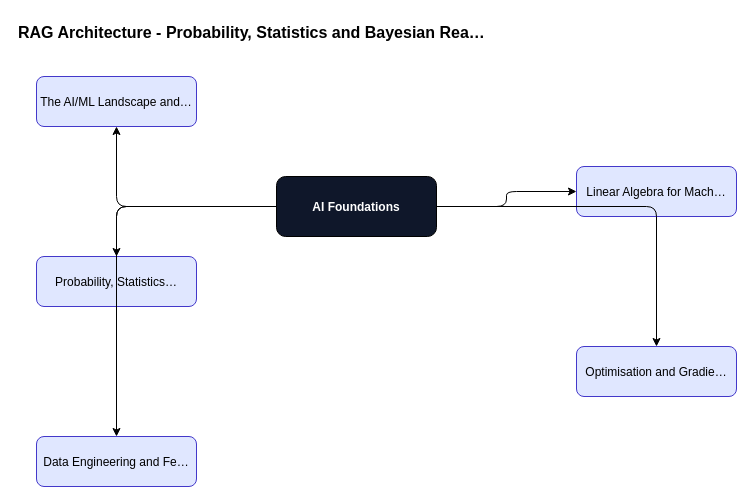
ankit05121980/AI-University keeps this draw.io diagram as content/ai-foundations/ai-foundations-foundations/diagrams/fig-004-rag-architecture.drawio. Above is the earlier version. Source tidied: cells renumbered, new cells numbered last; positions are measured from the earlier drawing's top-left corner, leaving out a move shared by most shapes. Both pictures are drawn from the tidied source at 100%, with x=0, y=0 at pixel (16, 16).
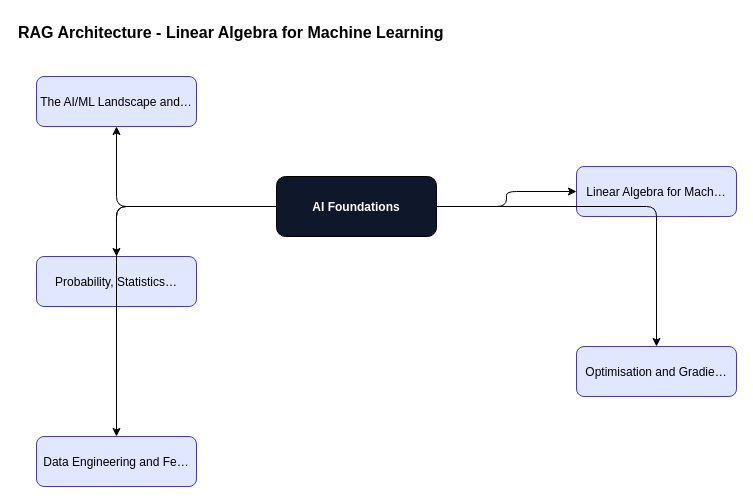
After the change.

What changed in the source:
```diff
@@
 <mxGraphModel>
   <root>
     <mxCell id="0" />
     <mxCell id="1" parent="0" />
-    <mxCell id="2" value="RAG Architecture - Probability, Statistics and Bayesian Rea…" style="text;fontSize=16;fontStyle=1;" parent="1" vertex="1">
+    <mxCell id="2" value="RAG Architecture - Linear Algebra for Machine Learning" style="text;fontSize=16;fontStyle=1;" parent="1" vertex="1">
       <mxGeometry width="600" height="30" as="geometry" />
     </mxCell>
     <mxCell id="3" value="AI Foundations" style="rounded=1;fillColor=#0f172a;fontColor=#ffffff;fontStyle=1;" parent="1" vertex="1">
       <mxGeometry x="260" y="160" width="160" height="60" as="geometry" />
     </mxCell>
     <mxCell id="4" value="The AI/ML Landscape and…" style="rounded=1;fillColor=#e0e7ff;strokeColor=#4338ca;" parent="1" vertex="1">
       <mxGeometry x="20" y="60" width="160" height="50" as="geometry" />
     </mxCell>
     <mxCell id="5" style="edgeStyle=orthogonalEdgeStyle;" parent="1" edge="1" source="3" target="4">
       <mxGeometry relative="1" as="geometry" />
     </mxCell>
     <mxCell id="6" value="Linear Algebra for Mach…" style="rounded=1;fillColor=#e0e7ff;strokeColor=#4338ca;" parent="1" vertex="1">
       <mxGeometry x="560" y="150" width="160" height="50" as="geometry" />
     </mxCell>
     <mxCell id="7" style="edgeStyle=orthogonalEdgeStyle;" parent="1" edge="1" source="3" target="6">
       <mxGeometry relative="1" as="geometry" />
     </mxCell>
     <mxCell id="8" value="Probability, Statistics…" style="rounded=1;fillColor=#e0e7ff;strokeColor=#4338ca;" parent="1" vertex="1">
       <mxGeometry x="20" y="240" width="160" height="50" as="geometry" />
     </mxCell>
     <mxCell id="9" style="edgeStyle=orthogonalEdgeStyle;" parent="1" edge="1" source="3" target="8">
       <mxGeometry relative="1" as="geometry" />
     </mxCell>
     <mxCell id="10" value="Optimisation and Gradie…" style="rounded=1;fillColor=#e0e7ff;strokeColor=#4338ca;" parent="1" vertex="1">
       <mxGeometry x="560" y="330" width="160" height="50" as="geometry" />
     </mxCell>
     <mxCell id="11" style="edgeStyle=orthogonalEdgeStyle;" parent="1" edge="1" source="3" target="10">
       <mxGeometry relative="1" as="geometry" />
     </mxCell>
     <mxCell id="12" value="Data Engineering and Fe…" style="rounded=1;fillColor=#e0e7ff;strokeColor=#4338ca;" parent="1" vertex="1">
       <mxGeometry x="20" y="420" width="160" height="50" as="geometry" />
     </mxCell>
     <mxCell id="13" style="edgeStyle=orthogonalEdgeStyle;" parent="1" edge="1" source="3" target="12">
       <mxGeometry relative="1" as="geometry" />
     </mxCell>
   </root>
 </mxGraphModel>
```
